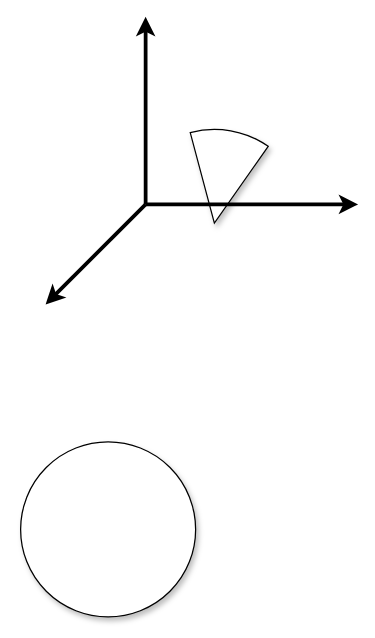
This is page "第 2 页" (2 of 2) of acti-KD.drawio from Noeverer/Mindmap, a draw.io file, before an edit. Source tidied: cells renumbered, new cells numbered last; positions are measured from the earlier drawing's top-left corner, leaving out a move shared by most shapes. Both pictures are drawn from the tidied source at 125%, with x=0, y=0 at pixel (20, 16).
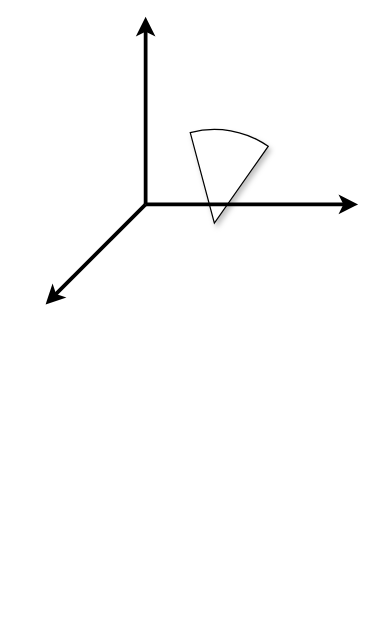
The same page after the edit.

What changed in the source:
```diff
@@
 <mxGraphModel>
   <root>
     <mxCell id="0" />
     <mxCell id="1" parent="0" />
     <mxCell id="2" style="verticalLabelPosition=bottom;verticalAlign=top;html=1;shape=mxgraph.basic.pie;startAngle=0.45852384117184014;endAngle=0.5973227661391467;rotation=-180;shadow=1;" parent="1" vertex="1">
       <mxGeometry x="80" y="90" width="150" height="150" as="geometry" />
     </mxCell>
     <mxCell id="3" style="endArrow=classic;html=1;strokeWidth=3;" parent="1" edge="1">
       <mxGeometry relative="1" as="geometry">
         <mxPoint x="100" y="150" as="sourcePoint" />
         <mxPoint x="100" as="targetPoint" />
       </mxGeometry>
     </mxCell>
     <mxCell id="4" style="endArrow=classic;html=1;strokeWidth=3;" parent="1" edge="1">
       <mxGeometry relative="1" as="geometry">
         <mxPoint x="100" y="150" as="sourcePoint" />
         <mxPoint x="270" y="150" as="targetPoint" />
       </mxGeometry>
     </mxCell>
     <mxCell id="5" style="endArrow=classic;html=1;strokeWidth=3;" parent="1" edge="1">
       <mxGeometry relative="1" as="geometry">
         <mxPoint x="100" y="150" as="sourcePoint" />
         <mxPoint x="20" y="230" as="targetPoint" />
       </mxGeometry>
     </mxCell>
-    <mxCell id="6" style="ellipse;whiteSpace=wrap;html=1;shadow=1;" parent="1" vertex="1">
-      <mxGeometry y="340" width="140" height="140" as="geometry" />
-    </mxCell>
   </root>
 </mxGraphModel>
```
